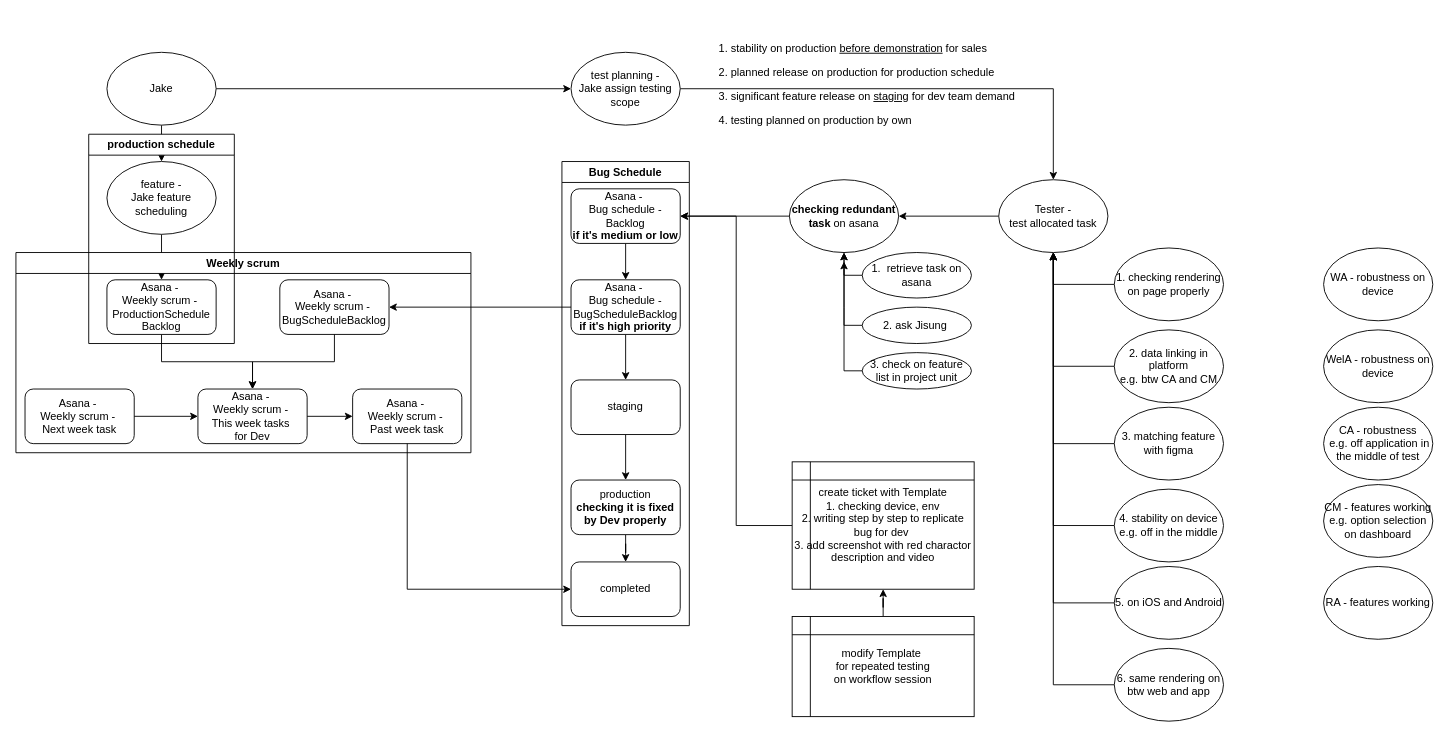
Earlier version of the draw.io diagram 제목 없는 다이어그램.drawio (Jisung-Pacific/AI-assist). Source tidied: cells renumbered, new cells numbered last; positions are measured from the earlier drawing's top-left corner, leaving out a move shared by most shapes. Both pictures are drawn from the tidied source at 91%, with x=0, y=0 at pixel (15, 25).
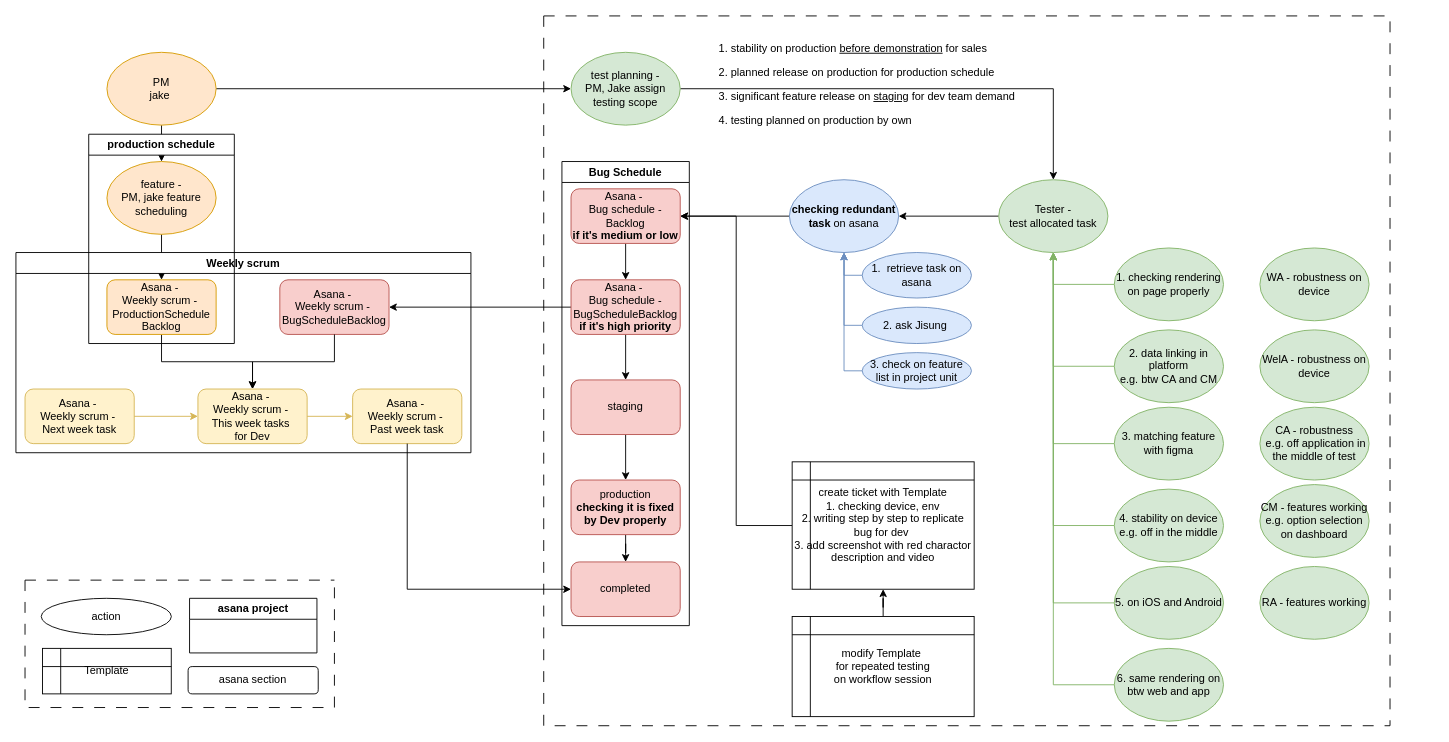
The same diagram, later.

Commit message:
제목 없는 다이어그램.drawio 업데이트

The change refers to these unchanged cells:
```xml
<mxCell id="53" value="Weekly scrum" style="swimlane;whiteSpace=wrap;html=1;" parent="1" vertex="1">
  <mxGeometry y="250" width="500" height="220" as="geometry" />
</mxCell>
```

What changed in the source:
```diff
@@
-    <mxCell id="2" value="Asana -&amp;nbsp;&lt;div&gt;Weekly scrum -&amp;nbsp;&lt;/div&gt;&lt;div&gt;BugScheduleBacklog&lt;/div&gt;" style="rounded=1;whiteSpace=wrap;html=1;" parent="1" vertex="1">
+    <mxCell id="2" value="Asana -&amp;nbsp;&lt;div&gt;Weekly scrum -&amp;nbsp;&lt;/div&gt;&lt;div&gt;BugScheduleBacklog&lt;/div&gt;" style="rounded=1;whiteSpace=wrap;html=1;fillColor=#f8cecc;strokeColor=#b85450;" parent="1" vertex="1">
       <mxGeometry x="290" y="280" width="120" height="60" as="geometry" />
     </mxCell>
@@
-    <mxCell id="5" value="Asana -&amp;nbsp;&lt;div&gt;Bug schedule -&lt;/div&gt;&lt;div&gt;BugScheduleBacklog&lt;/div&gt;&lt;div&gt;&lt;b&gt;if it's high priority&lt;/b&gt;&lt;/div&gt;" style="rounded=1;whiteSpace=wrap;html=1;" parent="1" vertex="1">
+    <mxCell id="5" value="Asana -&amp;nbsp;&lt;div&gt;Bug schedule -&lt;/div&gt;&lt;div&gt;BugScheduleBacklog&lt;/div&gt;&lt;div&gt;&lt;b&gt;if it's high priority&lt;/b&gt;&lt;/div&gt;" style="rounded=1;whiteSpace=wrap;html=1;fillColor=#f8cecc;strokeColor=#b85450;" parent="1" vertex="1">
       <mxGeometry x="610" y="280" width="120" height="60" as="geometry" />
     </mxCell>
@@
-    <mxCell id="7" value="Asana -&amp;nbsp;&lt;div&gt;Bug schedule -&lt;/div&gt;&lt;div&gt;Backlog&lt;/div&gt;&lt;div&gt;&lt;b&gt;if it's medium or low&lt;/b&gt;&lt;/div&gt;" style="rounded=1;whiteSpace=wrap;html=1;" parent="1" vertex="1">
+    <mxCell id="7" value="Asana -&amp;nbsp;&lt;div&gt;Bug schedule -&lt;/div&gt;&lt;div&gt;Backlog&lt;/div&gt;&lt;div&gt;&lt;b&gt;if it's medium or low&lt;/b&gt;&lt;/div&gt;" style="rounded=1;whiteSpace=wrap;html=1;fillColor=#f8cecc;strokeColor=#b85450;" parent="1" vertex="1">
       <mxGeometry x="610" y="180" width="120" height="60" as="geometry" />
     </mxCell>
@@
-    <mxCell id="9" value="Tester -&lt;div&gt;test allocated task&lt;/div&gt;" style="ellipse;whiteSpace=wrap;html=1;" parent="1" vertex="1">
+    <mxCell id="9" value="Tester -&lt;div&gt;test allocated task&lt;/div&gt;" style="ellipse;whiteSpace=wrap;html=1;fillColor=#d5e8d4;strokeColor=#82b366;" parent="1" vertex="1">
       <mxGeometry x="1080" y="170" width="120" height="80" as="geometry" />
     </mxCell>
@@
-    <mxCell id="11" value="Asana -&amp;nbsp;&lt;div&gt;Weekly scrum -&amp;nbsp;&lt;/div&gt;&lt;div&gt;ProductionSchedule&lt;/div&gt;&lt;div&gt;Backlog&lt;/div&gt;" style="rounded=1;whiteSpace=wrap;html=1;" parent="1" vertex="1">
+    <mxCell id="11" value="Asana -&amp;nbsp;&lt;div&gt;Weekly scrum -&amp;nbsp;&lt;/div&gt;&lt;div&gt;ProductionSchedule&lt;/div&gt;&lt;div&gt;Backlog&lt;/div&gt;" style="rounded=1;whiteSpace=wrap;html=1;fillColor=#ffe6cc;strokeColor=#d79b00;" parent="1" vertex="1">
       <mxGeometry x="100" y="280" width="120" height="60" as="geometry" />
     </mxCell>
@@
-    <mxCell id="14" value="feature -&lt;div&gt;Jake feature scheduling&lt;/div&gt;" style="ellipse;whiteSpace=wrap;html=1;" parent="1" vertex="1">
+    <mxCell id="14" value="feature -&lt;div&gt;PM,&amp;nbsp;&lt;span style=&quot;background-color: transparent; color: light-dark(rgb(0, 0, 0), rgb(255, 255, 255));&quot;&gt;jake&lt;/span&gt;&lt;span style=&quot;background-color: transparent; color: light-dark(rgb(0, 0, 0), rgb(255, 255, 255));&quot;&gt;&amp;nbsp;feature scheduling&lt;/span&gt;&lt;/div&gt;" style="ellipse;whiteSpace=wrap;html=1;fillColor=#ffe6cc;strokeColor=#d79b00;" parent="1" vertex="1">
       <mxGeometry x="100" y="150" width="120" height="80" as="geometry" />
     </mxCell>
-    <mxCell id="15" style="edgeStyle=orthogonalEdgeStyle;rounded=0;jettySize=auto;html=1;entryX=0.5;entryY=1;entryDx=0;entryDy=0;" parent="1" edge="1" source="16" target="9">
+    <mxCell id="15" style="edgeStyle=orthogonalEdgeStyle;rounded=0;jettySize=auto;html=1;entryX=0.5;entryY=1;entryDx=0;entryDy=0;fillColor=#d5e8d4;strokeColor=#82b366;" parent="1" edge="1" source="16" target="9">
       <mxGeometry relative="1" as="geometry" />
     </mxCell>
-    <mxCell id="16" value="1. checking rendering on page properly" style="ellipse;whiteSpace=wrap;html=1;" parent="1" vertex="1">
+    <mxCell id="16" value="1. checking rendering on page properly" style="ellipse;whiteSpace=wrap;html=1;fillColor=#d5e8d4;strokeColor=#82b366;" parent="1" vertex="1">
       <mxGeometry x="1207" y="245" width="120" height="80" as="geometry" />
     </mxCell>
@@
-    <mxCell id="18" value="test planning -&lt;div&gt;Jake assign testing scope&lt;/div&gt;" style="ellipse;whiteSpace=wrap;html=1;" parent="1" vertex="1">
+    <mxCell id="18" value="test planning -&lt;div&gt;PM, Jake assign testing scope&lt;/div&gt;" style="ellipse;whiteSpace=wrap;html=1;fillColor=#d5e8d4;strokeColor=#82b366;" parent="1" vertex="1">
       <mxGeometry x="610" y="30" width="120" height="80" as="geometry" />
     </mxCell>
@@
-    <mxCell id="21" value="&lt;div&gt;Jake&lt;/div&gt;" style="ellipse;whiteSpace=wrap;html=1;" parent="1" vertex="1">
+    <mxCell id="21" value="&lt;div&gt;PM&lt;/div&gt;&lt;div&gt;jake&amp;nbsp;&lt;/div&gt;" style="ellipse;whiteSpace=wrap;html=1;fillColor=#ffe6cc;strokeColor=#d79b00;" parent="1" vertex="1">
       <mxGeometry x="100" y="30" width="120" height="80" as="geometry" />
     </mxCell>
-    <mxCell id="22" style="edgeStyle=orthogonalEdgeStyle;rounded=0;jettySize=auto;html=1;" parent="1" edge="1" source="23" target="9">
+    <mxCell id="22" style="edgeStyle=orthogonalEdgeStyle;rounded=0;jettySize=auto;html=1;fillColor=#d5e8d4;strokeColor=#82b366;" parent="1" edge="1" source="23" target="9">
       <mxGeometry relative="1" as="geometry" />
     </mxCell>
-    <mxCell id="23" value="2. data linking in platform&lt;div&gt;e.g. btw CA and CM&lt;/div&gt;" style="ellipse;whiteSpace=wrap;html=1;" parent="1" vertex="1">
+    <mxCell id="23" value="2. data linking in platform&lt;div&gt;e.g. btw CA and CM&lt;/div&gt;" style="ellipse;whiteSpace=wrap;html=1;fillColor=#d5e8d4;strokeColor=#82b366;" parent="1" vertex="1">
       <mxGeometry x="1207" y="335" width="120" height="80" as="geometry" />
     </mxCell>
-    <mxCell id="24" style="edgeStyle=orthogonalEdgeStyle;rounded=0;jettySize=auto;html=1;entryX=0.5;entryY=1;entryDx=0;entryDy=0;" parent="1" edge="1" source="25" target="9">
+    <mxCell id="24" style="edgeStyle=orthogonalEdgeStyle;rounded=0;jettySize=auto;html=1;entryX=0.5;entryY=1;entryDx=0;entryDy=0;fillColor=#d5e8d4;strokeColor=#82b366;" parent="1" edge="1" source="25" target="9">
       <mxGeometry relative="1" as="geometry" />
     </mxCell>
-    <mxCell id="25" value="3. matching feature with figma" style="ellipse;whiteSpace=wrap;html=1;" parent="1" vertex="1">
+    <mxCell id="25" value="3. matching feature with figma" style="ellipse;whiteSpace=wrap;html=1;fillColor=#d5e8d4;strokeColor=#82b366;" parent="1" vertex="1">
       <mxGeometry x="1207" y="420" width="120" height="80" as="geometry" />
     </mxCell>
@@
-    <mxCell id="29" value="&lt;b&gt;checking redundant task&lt;/b&gt; on asana" style="ellipse;whiteSpace=wrap;html=1;" parent="1" vertex="1">
+    <mxCell id="29" value="&lt;b&gt;checking redundant task&lt;/b&gt; on asana" style="ellipse;whiteSpace=wrap;html=1;fillColor=#dae8fc;strokeColor=#6c8ebf;" parent="1" vertex="1">
       <mxGeometry x="850" y="170" width="120" height="80" as="geometry" />
     </mxCell>
-    <mxCell id="30" style="edgeStyle=orthogonalEdgeStyle;rounded=0;jettySize=auto;html=1;exitX=0;exitY=0.5;exitDx=0;exitDy=0;" parent="1" edge="1" source="31" target="29">
+    <mxCell id="30" style="edgeStyle=orthogonalEdgeStyle;rounded=0;jettySize=auto;html=1;exitX=0;exitY=0.5;exitDx=0;exitDy=0;fillColor=#dae8fc;strokeColor=#6c8ebf;" parent="1" edge="1" source="31" target="29">
       <mxGeometry relative="1" as="geometry" />
     </mxCell>
-    <mxCell id="31" value="1.&amp;nbsp; retrieve task on asana" style="ellipse;whiteSpace=wrap;html=1;" parent="1" vertex="1">
+    <mxCell id="31" value="1.&amp;nbsp; retrieve task on asana" style="ellipse;whiteSpace=wrap;html=1;fillColor=#dae8fc;strokeColor=#6c8ebf;" parent="1" vertex="1">
       <mxGeometry x="930" y="250" width="120" height="50" as="geometry" />
     </mxCell>
-    <mxCell id="32" style="edgeStyle=orthogonalEdgeStyle;rounded=0;jettySize=auto;html=1;entryX=0.5;entryY=1;entryDx=0;entryDy=0;exitX=0;exitY=0.5;exitDx=0;exitDy=0;" parent="1" edge="1" source="33" target="29">
+    <mxCell id="32" style="edgeStyle=orthogonalEdgeStyle;rounded=0;jettySize=auto;html=1;entryX=0.5;entryY=1;entryDx=0;entryDy=0;exitX=0;exitY=0.5;exitDx=0;exitDy=0;fillColor=#dae8fc;strokeColor=#6c8ebf;" parent="1" edge="1" source="33" target="29">
       <mxGeometry relative="1" as="geometry" />
     </mxCell>
-    <mxCell id="33" value="2. ask Jisung&amp;nbsp;" style="ellipse;whiteSpace=wrap;html=1;" parent="1" vertex="1">
+    <mxCell id="33" value="2. ask Jisung&amp;nbsp;" style="ellipse;whiteSpace=wrap;html=1;fillColor=#dae8fc;strokeColor=#6c8ebf;" parent="1" vertex="1">
       <mxGeometry x="930" y="310" width="120" height="40" as="geometry" />
     </mxCell>
@@
-    <mxCell id="37" value="&lt;div&gt;&lt;span style=&quot;background-color: transparent; color: light-dark(rgb(0, 0, 0), rgb(255, 255, 255));&quot;&gt;staging&lt;/span&gt;&lt;/div&gt;" style="rounded=1;whiteSpace=wrap;html=1;" parent="1" vertex="1">
+    <mxCell id="37" value="&lt;div&gt;&lt;span style=&quot;background-color: transparent; color: light-dark(rgb(0, 0, 0), rgb(255, 255, 255));&quot;&gt;staging&lt;/span&gt;&lt;/div&gt;" style="rounded=1;whiteSpace=wrap;html=1;fillColor=#f8cecc;strokeColor=#b85450;" parent="1" vertex="1">
       <mxGeometry x="610" y="390" width="120" height="60" as="geometry" />
     </mxCell>
@@
-    <mxCell id="39" value="&lt;div&gt;production&lt;/div&gt;&lt;b&gt;checking it is fixed by Dev properly&lt;/b&gt;" style="rounded=1;whiteSpace=wrap;html=1;" parent="1" vertex="1">
+    <mxCell id="39" value="&lt;div&gt;production&lt;/div&gt;&lt;b&gt;checking it is fixed by Dev properly&lt;/b&gt;" style="rounded=1;whiteSpace=wrap;html=1;fillColor=#f8cecc;strokeColor=#b85450;" parent="1" vertex="1">
       <mxGeometry x="610" y="500" width="120" height="60" as="geometry" />
     </mxCell>
-    <mxCell id="40" value="completed" style="rounded=1;whiteSpace=wrap;html=1;" parent="1" vertex="1">
+    <mxCell id="40" value="completed" style="rounded=1;whiteSpace=wrap;html=1;fillColor=#f8cecc;strokeColor=#b85450;" parent="1" vertex="1">
       <mxGeometry x="610" y="590" width="120" height="60" as="geometry" />
     </mxCell>
-    <mxCell id="41" value="CM -&amp;nbsp;&lt;span style=&quot;background-color: transparent; color: light-dark(rgb(0, 0, 0), rgb(255, 255, 255));&quot;&gt;features working&lt;/span&gt;&lt;div&gt;&lt;span style=&quot;background-color: transparent; color: light-dark(rgb(0, 0, 0), rgb(255, 255, 255));&quot;&gt;e.g. option selection on dashboard&lt;/span&gt;&lt;/div&gt;" style="ellipse;whiteSpace=wrap;html=1;" parent="1" vertex="1">
-      <mxGeometry x="1437" y="505" width="120" height="80" as="geometry" />
+    <mxCell id="41" value="CM -&amp;nbsp;&lt;span style=&quot;background-color: transparent; color: light-dark(rgb(0, 0, 0), rgb(255, 255, 255));&quot;&gt;features working&lt;/span&gt;&lt;div&gt;&lt;span style=&quot;background-color: transparent; color: light-dark(rgb(0, 0, 0), rgb(255, 255, 255));&quot;&gt;e.g. option selection on dashboard&lt;/span&gt;&lt;/div&gt;" style="ellipse;whiteSpace=wrap;html=1;fillColor=#d5e8d4;strokeColor=#82b366;" parent="1" vertex="1">
+      <mxGeometry x="1367" y="505" width="120" height="80" as="geometry" />
     </mxCell>
-    <mxCell id="42" value="CA - robustness&lt;div&gt;&amp;nbsp;e.g. off application in the middle of test&lt;/div&gt;" style="ellipse;whiteSpace=wrap;html=1;" parent="1" vertex="1">
-      <mxGeometry x="1437" y="420" width="120" height="80" as="geometry" />
+    <mxCell id="42" value="CA - robustness&lt;div&gt;&amp;nbsp;e.g. off application in the middle of test&lt;/div&gt;" style="ellipse;whiteSpace=wrap;html=1;fillColor=#d5e8d4;strokeColor=#82b366;" parent="1" vertex="1">
+      <mxGeometry x="1367" y="420" width="120" height="80" as="geometry" />
     </mxCell>
-    <mxCell id="43" value="RA - features working" style="ellipse;whiteSpace=wrap;html=1;" parent="1" vertex="1">
-      <mxGeometry x="1437" y="595" width="120" height="80" as="geometry" />
+    <mxCell id="43" value="RA - features working" style="ellipse;whiteSpace=wrap;html=1;fillColor=#d5e8d4;strokeColor=#82b366;" parent="1" vertex="1">
+      <mxGeometry x="1367" y="595" width="120" height="80" as="geometry" />
     </mxCell>
-    <mxCell id="44" value="WelA - robustness on device" style="ellipse;whiteSpace=wrap;html=1;" parent="1" vertex="1">
-      <mxGeometry x="1437" y="335" width="120" height="80" as="geometry" />
+    <mxCell id="44" value="WelA - robustness on device" style="ellipse;whiteSpace=wrap;html=1;fillColor=#d5e8d4;strokeColor=#82b366;" parent="1" vertex="1">
+      <mxGeometry x="1367" y="335" width="120" height="80" as="geometry" />
     </mxCell>
-    <mxCell id="45" value="WA - robustness on device" style="ellipse;whiteSpace=wrap;html=1;" parent="1" vertex="1">
-      <mxGeometry x="1437" y="245" width="120" height="80" as="geometry" />
+    <mxCell id="45" value="WA - robustness on device" style="ellipse;whiteSpace=wrap;html=1;fillColor=#d5e8d4;strokeColor=#82b366;" parent="1" vertex="1">
+      <mxGeometry x="1367" y="245" width="120" height="80" as="geometry" />
     </mxCell>
-    <mxCell id="46" style="edgeStyle=orthogonalEdgeStyle;rounded=0;jettySize=auto;html=1;entryX=0.5;entryY=1;entryDx=0;entryDy=0;" parent="1" edge="1" source="47" target="9">
+    <mxCell id="46" style="edgeStyle=orthogonalEdgeStyle;rounded=0;jettySize=auto;html=1;entryX=0.5;entryY=1;entryDx=0;entryDy=0;fillColor=#d5e8d4;strokeColor=#82b366;" parent="1" edge="1" source="47" target="9">
       <mxGeometry relative="1" as="geometry" />
     </mxCell>
-    <mxCell id="47" value="5. on iOS and Android" style="ellipse;whiteSpace=wrap;html=1;" parent="1" vertex="1">
+    <mxCell id="47" value="5. on iOS and Android" style="ellipse;whiteSpace=wrap;html=1;fillColor=#d5e8d4;strokeColor=#82b366;" parent="1" vertex="1">
       <mxGeometry x="1207" y="595" width="120" height="80" as="geometry" />
     </mxCell>
-    <mxCell id="48" style="edgeStyle=orthogonalEdgeStyle;rounded=0;jettySize=auto;html=1;" parent="1" edge="1" source="49" target="9">
+    <mxCell id="48" style="edgeStyle=orthogonalEdgeStyle;rounded=0;jettySize=auto;html=1;fillColor=#d5e8d4;strokeColor=#82b366;" parent="1" edge="1" source="49" target="9">
       <mxGeometry relative="1" as="geometry" />
     </mxCell>
-    <mxCell id="49" value="4. stability on device&lt;div&gt;e.g. off in the middle&lt;/div&gt;" style="ellipse;whiteSpace=wrap;html=1;" parent="1" vertex="1">
+    <mxCell id="49" value="4. stability on device&lt;div&gt;e.g. off in the middle&lt;/div&gt;" style="ellipse;whiteSpace=wrap;html=1;fillColor=#d5e8d4;strokeColor=#82b366;" parent="1" vertex="1">
       <mxGeometry x="1207" y="510" width="120" height="80" as="geometry" />
     </mxCell>
-    <mxCell id="50" style="edgeStyle=orthogonalEdgeStyle;rounded=0;jettySize=auto;html=1;entryX=0.5;entryY=1;entryDx=0;entryDy=0;" parent="1" edge="1" source="51" target="9">
+    <mxCell id="50" style="edgeStyle=orthogonalEdgeStyle;rounded=0;jettySize=auto;html=1;entryX=0.5;entryY=1;entryDx=0;entryDy=0;fillColor=#d5e8d4;strokeColor=#82b366;" parent="1" edge="1" source="51" target="9">
       <mxGeometry relative="1" as="geometry" />
     </mxCell>
-    <mxCell id="51" value="6. same rendering on btw web and app" style="ellipse;whiteSpace=wrap;html=1;" parent="1" vertex="1">
+    <mxCell id="51" value="6. same rendering on btw web and app" style="ellipse;whiteSpace=wrap;html=1;fillColor=#d5e8d4;strokeColor=#82b366;" parent="1" vertex="1">
       <mxGeometry x="1207" y="685" width="120" height="80" as="geometry" />
     </mxCell>
@@
-    <mxCell id="54" value="Asana -&amp;nbsp;&lt;div&gt;Weekly scrum -&amp;nbsp;&lt;/div&gt;&lt;div&gt;This week tasks&amp;nbsp;&lt;/div&gt;&lt;div&gt;for Dev&lt;/div&gt;" style="rounded=1;whiteSpace=wrap;html=1;" parent="53" vertex="1">
+    <mxCell id="54" value="Asana -&amp;nbsp;&lt;div&gt;Weekly scrum -&amp;nbsp;&lt;/div&gt;&lt;div&gt;This week tasks&amp;nbsp;&lt;/div&gt;&lt;div&gt;for Dev&lt;/div&gt;" style="rounded=1;whiteSpace=wrap;html=1;fillColor=#fff2cc;strokeColor=#d6b656;" parent="53" vertex="1">
       <mxGeometry x="200" y="150" width="120" height="60" as="geometry" />
     </mxCell>
-    <mxCell id="55" value="Asana -&amp;nbsp;&lt;div&gt;Weekly scrum -&amp;nbsp;&lt;/div&gt;&lt;div&gt;Next week task&lt;/div&gt;" style="rounded=1;whiteSpace=wrap;html=1;" parent="53" vertex="1">
+    <mxCell id="55" value="Asana -&amp;nbsp;&lt;div&gt;Weekly scrum -&amp;nbsp;&lt;/div&gt;&lt;div&gt;Next week task&lt;/div&gt;" style="rounded=1;whiteSpace=wrap;html=1;fillColor=#fff2cc;strokeColor=#d6b656;" parent="53" vertex="1">
       <mxGeometry x="10" y="150" width="120" height="60" as="geometry" />
     </mxCell>
-    <mxCell id="56" value="Asana -&amp;nbsp;&lt;div&gt;Weekly scrum -&amp;nbsp;&lt;/div&gt;&lt;div&gt;Past week task&lt;/div&gt;" style="rounded=1;whiteSpace=wrap;html=1;" parent="53" vertex="1">
+    <mxCell id="56" value="Asana -&amp;nbsp;&lt;div&gt;Weekly scrum -&amp;nbsp;&lt;/div&gt;&lt;div&gt;Past week task&lt;/div&gt;" style="rounded=1;whiteSpace=wrap;html=1;fillColor=#fff2cc;strokeColor=#d6b656;" parent="53" vertex="1">
       <mxGeometry x="370" y="150" width="120" height="60" as="geometry" />
     </mxCell>
-    <mxCell id="57" style="edgeStyle=orthogonalEdgeStyle;rounded=0;jettySize=auto;html=1;" parent="53" edge="1" source="55" target="54">
+    <mxCell id="57" style="edgeStyle=orthogonalEdgeStyle;rounded=0;jettySize=auto;html=1;fillColor=#fff2cc;strokeColor=#d6b656;" parent="53" edge="1" source="55" target="54">
       <mxGeometry relative="1" as="geometry" />
     </mxCell>
-    <mxCell id="58" style="edgeStyle=orthogonalEdgeStyle;rounded=0;jettySize=auto;html=1;" parent="53" edge="1" source="54" target="56">
+    <mxCell id="58" style="edgeStyle=orthogonalEdgeStyle;rounded=0;jettySize=auto;html=1;fillColor=#fff2cc;strokeColor=#d6b656;" parent="53" edge="1" source="54" target="56">
       <mxGeometry relative="1" as="geometry" />
     </mxCell>
@@
-    <mxCell id="60" style="edgeStyle=orthogonalEdgeStyle;rounded=0;jettySize=auto;html=1;" parent="1" edge="1" source="61">
+    <mxCell id="60" style="edgeStyle=orthogonalEdgeStyle;rounded=0;jettySize=auto;html=1;fillColor=#dae8fc;strokeColor=#6c8ebf;" parent="1" edge="1" source="61">
       <mxGeometry relative="1" as="geometry">
-        <mxPoint x="910" y="260" as="targetPoint" />
+        <mxPoint x="910" y="250" as="targetPoint" />
       </mxGeometry>
     </mxCell>
-    <mxCell id="61" value="3. check on feature list in project unit" style="ellipse;whiteSpace=wrap;html=1;" parent="1" vertex="1">
+    <mxCell id="61" value="3. check on feature list in project unit" style="ellipse;whiteSpace=wrap;html=1;fillColor=#dae8fc;strokeColor=#6c8ebf;" parent="1" vertex="1">
       <mxGeometry x="930" y="360" width="120" height="40" as="geometry" />
     </mxCell>
@@
+    <mxCell id="66" value="&lt;div&gt;action&lt;/div&gt;" style="ellipse;whiteSpace=wrap;html=1;" parent="1" vertex="1">
+      <mxGeometry x="27.8" y="630" width="143" height="40" as="geometry" />
+    </mxCell>
+    <mxCell id="67" value="asana section" style="rounded=1;whiteSpace=wrap;html=1;" parent="1" vertex="1">
+      <mxGeometry x="189.2" y="705" width="143" height="30" as="geometry" />
+    </mxCell>
+    <mxCell id="68" value="Template" style="shape=internalStorage;whiteSpace=wrap;html=1;backgroundOutline=1;" parent="1" vertex="1">
+      <mxGeometry x="29.2" y="685" width="141.5" height="50" as="geometry" />
+    </mxCell>
+    <mxCell id="69" value="asana project" style="swimlane;whiteSpace=wrap;html=1;" parent="1" vertex="1">
+      <mxGeometry x="190.8" y="630" width="140" height="60" as="geometry" />
+    </mxCell>
+    <mxCell id="70" style="swimlane;startSize=0;dashed=1;dashPattern=12 12;" parent="1" vertex="1">
+      <mxGeometry x="580" y="-10" width="930" height="780" as="geometry" />
+    </mxCell>
+    <mxCell id="71" style="swimlane;startSize=0;dashed=1;dashPattern=12 12;" parent="1" vertex="1">
+      <mxGeometry x="10" y="610" width="340" height="140" as="geometry" />
+    </mxCell>
```
